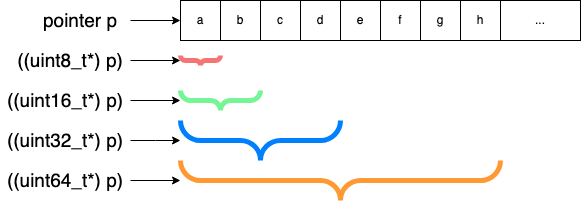
illinois-cs241/illinois-cs241.github.io keeps this draw.io diagram as images/assignment-docs/lab/perilous_pointers/pointerArithmetic.drawio.png. Above is the earlier version. Source tidied: cells renumbered, new cells last; positions are measured from the earlier drawing's top-left corner, leaving out a move shared by most shapes.
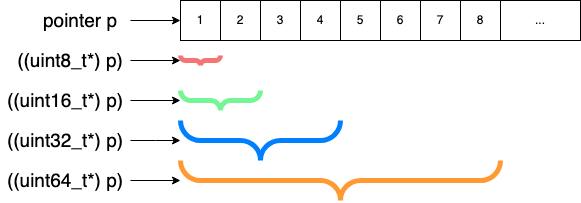
Above is the later version.

What changed in the source:
```diff
@@ -2,31 +2,31 @@
   <root>
     <mxCell id="0" />
     <mxCell id="1" parent="0" />
-    <mxCell id="2" value="a" style="rounded=0;whiteSpace=wrap;html=1;" parent="1" vertex="1">
+    <mxCell id="2" value="1" style="rounded=0;whiteSpace=wrap;html=1;" parent="1" vertex="1">
       <mxGeometry x="180" width="40" height="40" as="geometry" />
     </mxCell>
-    <mxCell id="3" value="b" style="rounded=0;whiteSpace=wrap;html=1;" parent="1" vertex="1">
+    <mxCell id="3" value="2" style="rounded=0;whiteSpace=wrap;html=1;" parent="1" vertex="1">
       <mxGeometry x="220" width="40" height="40" as="geometry" />
     </mxCell>
-    <mxCell id="4" value="c" style="rounded=0;whiteSpace=wrap;html=1;" parent="1" vertex="1">
+    <mxCell id="4" value="3" style="rounded=0;whiteSpace=wrap;html=1;" parent="1" vertex="1">
       <mxGeometry x="260" width="40" height="40" as="geometry" />
     </mxCell>
-    <mxCell id="5" value="d" style="rounded=0;whiteSpace=wrap;html=1;" parent="1" vertex="1">
+    <mxCell id="5" value="4" style="rounded=0;whiteSpace=wrap;html=1;" parent="1" vertex="1">
       <mxGeometry x="300" width="40" height="40" as="geometry" />
     </mxCell>
-    <mxCell id="6" value="e" style="rounded=0;whiteSpace=wrap;html=1;" parent="1" vertex="1">
+    <mxCell id="6" value="5" style="rounded=0;whiteSpace=wrap;html=1;" parent="1" vertex="1">
       <mxGeometry x="340" width="40" height="40" as="geometry" />
     </mxCell>
     <mxCell id="7" value="..." style="rounded=0;whiteSpace=wrap;html=1;" parent="1" vertex="1">
       <mxGeometry x="500" width="80" height="40" as="geometry" />
     </mxCell>
-    <mxCell id="8" value="g" style="rounded=0;whiteSpace=wrap;html=1;" parent="1" vertex="1">
+    <mxCell id="8" value="7" style="rounded=0;whiteSpace=wrap;html=1;" parent="1" vertex="1">
       <mxGeometry x="420" width="40" height="40" as="geometry" />
     </mxCell>
-    <mxCell id="9" value="h" style="rounded=0;whiteSpace=wrap;html=1;" parent="1" vertex="1">
+    <mxCell id="9" value="8" style="rounded=0;whiteSpace=wrap;html=1;" parent="1" vertex="1">
       <mxGeometry x="460" width="40" height="40" as="geometry" />
     </mxCell>
-    <mxCell id="10" value="f" style="rounded=0;whiteSpace=wrap;html=1;" parent="1" vertex="1">
+    <mxCell id="10" value="6" style="rounded=0;whiteSpace=wrap;html=1;" parent="1" vertex="1">
       <mxGeometry x="380" width="40" height="40" as="geometry" />
     </mxCell>
     <mxCell id="11" style="edgeStyle=orthogonalEdgeStyle;rounded=0;jettySize=auto;html=1;" parent="1" edge="1" source="12" target="2">
```
